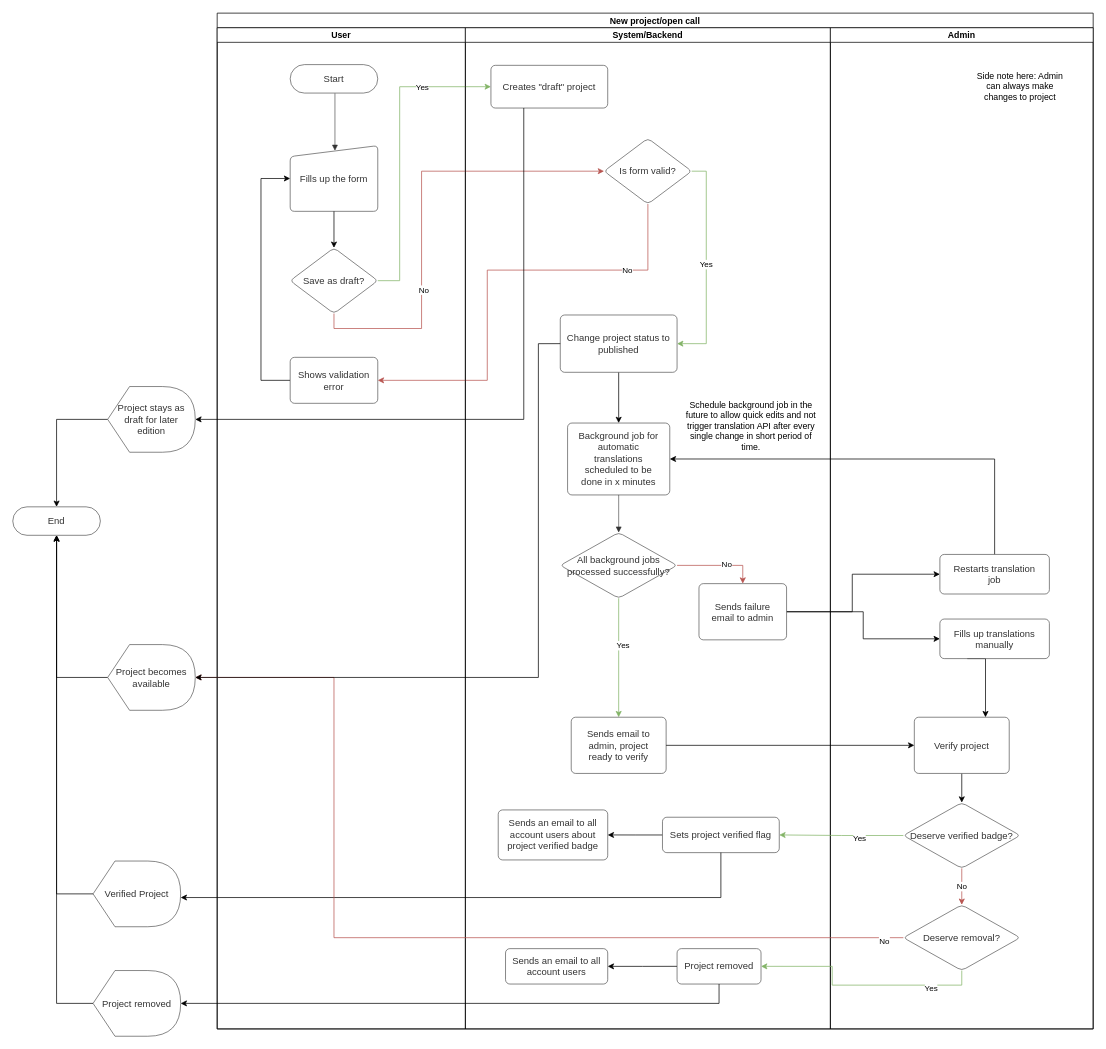
Above: docs/flows/HeCO - Projects_Open Calls.drawio.xml in Vizzuality/heco-invest (draw.io), before the change. Source tidied: cells renumbered, new cells numbered last; positions are measured from the earlier drawing's top-left corner, leaving out a move shared by most shapes. Both pictures are drawn from the tidied source at 73%, with x=0, y=0 at pixel (12, 12).
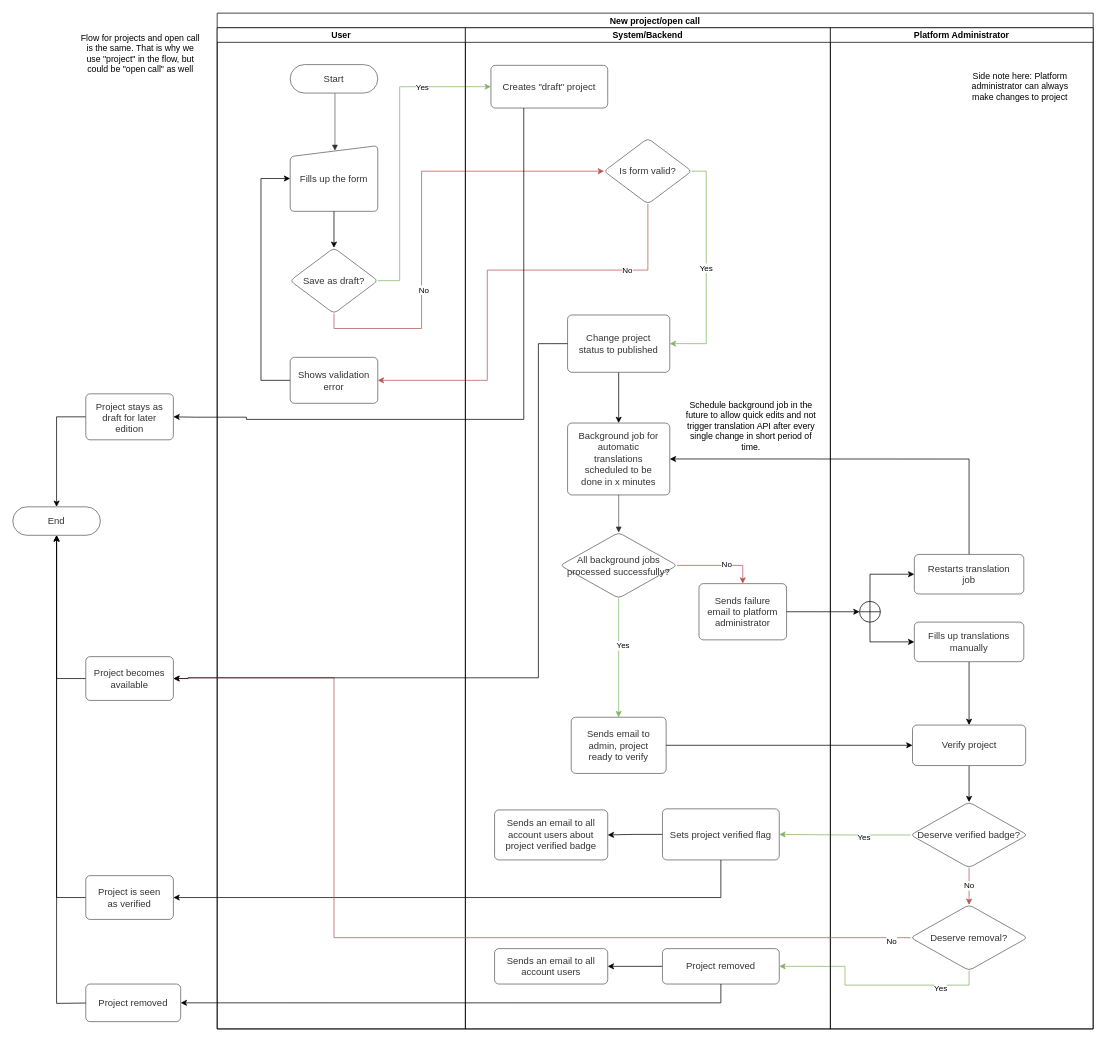
The same diagram, later.

Commit message (it also covers changes not shown here):
update flow charts

Unchanged cells that the change refers to:
```xml
<mxCell id="4" value="New project/open call" style="swimlane;startSize=20;" parent="1" vertex="1">
  <mxGeometry x="280" y="0.5" width="1200" height="1391.5" as="geometry" />
</mxCell>
<mxCell id="23" value="System/Backend" style="swimlane;startSize=20;" parent="4" vertex="1">
  <mxGeometry x="340" y="20" width="500" height="1371.5" as="geometry" />
</mxCell>
<mxCell id="28" value="Creates &quot;draft&quot; project" style="html=1;overflow=block;blockSpacing=1;whiteSpace=wrap;fontSize=13;fontColor=#333333;align=center;spacing=9;strokeColor=#333333;strokeOpacity=100;fillOpacity=100;rounded=1;absoluteArcSize=1;arcSize=12;fillColor=#ffffff;strokeWidth=0.8;" parent="23" vertex="1">
  <mxGeometry x="35" y="51.5" width="160" height="58.5" as="geometry" />
</mxCell>
<mxCell id="37" value="Sends email to admin, project ready to verify" style="html=1;overflow=block;blockSpacing=1;whiteSpace=wrap;fontSize=13;fontColor=#333333;align=center;spacing=9;strokeColor=#333333;strokeOpacity=100;fillOpacity=100;rounded=1;absoluteArcSize=1;arcSize=12;fillColor=#ffffff;strokeWidth=0.8;" parent="23" vertex="1">
  <mxGeometry x="145" y="944.5" width="130" height="77" as="geometry" />
</mxCell>
<mxCell id="62" value="End" style="html=1;overflow=block;blockSpacing=1;whiteSpace=wrap;rounded=1;arcSize=50;fontSize=13;fontColor=#333333;align=center;spacing=3.8;strokeColor=#333333;strokeOpacity=100;fillOpacity=100;fillColor=#ffffff;strokeWidth=0.8;" parent="1" vertex="1">
  <mxGeometry y="676.8" width="120" height="39" as="geometry" />
</mxCell>
```

Diff of the diagram source:
```diff
@@
-    <mxCell id="2" style="edgeStyle=orthogonalEdgeStyle;rounded=0;jettySize=auto;html=1;exitX=0;exitY=0.5;exitDx=0;exitDy=0;exitPerimeter=0;entryX=0.5;entryY=0;entryDx=0;entryDy=0;" parent="1" edge="1" source="3" target="62">
+    <mxCell id="2" style="edgeStyle=orthogonalEdgeStyle;rounded=0;jettySize=auto;html=1;exitX=0;exitY=0.5;exitDx=0;exitDy=0;entryX=0.5;entryY=0;entryDx=0;entryDy=0;" parent="1" edge="1" source="3" target="62">
       <mxGeometry relative="1" as="geometry" />
     </mxCell>
-    <mxCell id="3" value="Project stays as draft for later edition" style="html=1;overflow=block;blockSpacing=1;whiteSpace=wrap;shape=display;fontSize=13;fontColor=#333333;align=center;spacing=3.8;strokeColor=#333333;strokeOpacity=100;fillOpacity=100;rounded=1;absoluteArcSize=1;arcSize=12;fillColor=#ffffff;strokeWidth=0.8;" parent="1" vertex="1">
-      <mxGeometry x="130" y="512" width="120" height="90" as="geometry" />
-    </mxCell>
@@
-    <mxCell id="21" style="edgeStyle=orthogonalEdgeStyle;rounded=0;jettySize=auto;html=1;exitX=1;exitY=0.5;exitDx=0;exitDy=0;entryX=0;entryY=0.5;entryDx=0;entryDy=0;" parent="4" edge="1" source="34" target="46">
-      <mxGeometry relative="1" as="geometry">
-        <Array as="points">
-          <mxPoint x="870" y="820" />
-          <mxPoint x="870" y="769" />
-        </Array>
-      </mxGeometry>
-    </mxCell>
-    <mxCell id="22" style="edgeStyle=orthogonalEdgeStyle;rounded=0;jettySize=auto;html=1;exitX=1;exitY=0.5;exitDx=0;exitDy=0;entryX=0;entryY=0.5;entryDx=0;entryDy=0;" parent="4" edge="1" source="34" target="48">
-      <mxGeometry relative="1" as="geometry" />
-    </mxCell>
@@
     <mxCell id="25" value="&lt;span&gt;Change project status to published&lt;/span&gt;" style="html=1;overflow=block;blockSpacing=1;whiteSpace=wrap;fontSize=13;fontColor=#333333;align=center;spacing=9;strokeColor=#333333;strokeOpacity=100;fillOpacity=100;rounded=1;absoluteArcSize=1;arcSize=12;fillColor=#ffffff;strokeWidth=0.8;" parent="23" vertex="1">
-      <mxGeometry x="130" y="393.5" width="160" height="78.5" as="geometry" />
+      <mxGeometry x="140" y="393.5" width="140" height="78.5" as="geometry" />
     </mxCell>
@@
-    <mxCell id="34" value="Sends failure email to admin" style="html=1;overflow=block;blockSpacing=1;whiteSpace=wrap;fontSize=13;fontColor=#333333;align=center;spacing=9;strokeColor=#333333;strokeOpacity=100;fillOpacity=100;rounded=1;absoluteArcSize=1;arcSize=12;fillColor=#ffffff;strokeWidth=0.8;" parent="23" vertex="1">
+    <mxCell id="34" value="Sends failure email to platform administrator" style="html=1;overflow=block;blockSpacing=1;whiteSpace=wrap;fontSize=13;fontColor=#333333;align=center;spacing=9;strokeColor=#333333;strokeOpacity=100;fillOpacity=100;rounded=1;absoluteArcSize=1;arcSize=12;fillColor=#ffffff;strokeWidth=0.8;" parent="23" vertex="1">
       <mxGeometry x="320" y="761.5" width="120" height="77" as="geometry" />
     </mxCell>
@@
     <mxCell id="39" value="Sets project verified flag" style="html=1;overflow=block;blockSpacing=1;whiteSpace=wrap;fontSize=13;fontColor=#333333;align=center;spacing=9;strokeColor=#333333;strokeOpacity=100;fillOpacity=100;rounded=1;absoluteArcSize=1;arcSize=12;fillColor=#ffffff;strokeWidth=0.8;" parent="23" vertex="1">
-      <mxGeometry x="270" y="1081.5" width="160" height="48.5" as="geometry" />
+      <mxGeometry x="270" y="1070" width="160" height="70" as="geometry" />
     </mxCell>
     <mxCell id="40" value="Sends an email to all account users about project verified badge" style="html=1;overflow=block;blockSpacing=1;whiteSpace=wrap;fontSize=13;fontColor=#333333;align=center;spacing=9;strokeColor=#333333;strokeOpacity=100;fillOpacity=100;rounded=1;absoluteArcSize=1;arcSize=12;fillColor=#ffffff;strokeWidth=0.8;" parent="23" vertex="1">
-      <mxGeometry x="45" y="1071.5" width="150" height="68.5" as="geometry" />
+      <mxGeometry x="40" y="1071.5" width="155" height="68.5" as="geometry" />
     </mxCell>
@@
     <mxCell id="42" value="Project removed" style="html=1;overflow=block;blockSpacing=1;whiteSpace=wrap;fontSize=13;fontColor=#333333;align=center;spacing=9;strokeColor=#333333;strokeOpacity=100;fillOpacity=100;rounded=1;absoluteArcSize=1;arcSize=12;fillColor=#ffffff;strokeWidth=0.8;" parent="23" vertex="1">
-      <mxGeometry x="290" y="1261.5" width="115" height="48.5" as="geometry" />
+      <mxGeometry x="270" y="1261.5" width="160" height="48.5" as="geometry" />
     </mxCell>
     <mxCell id="43" value="Sends an email to all account users" style="html=1;overflow=block;blockSpacing=1;whiteSpace=wrap;fontSize=13;fontColor=#333333;align=center;spacing=9;strokeColor=#333333;strokeOpacity=100;fillOpacity=100;rounded=1;absoluteArcSize=1;arcSize=12;fillColor=#ffffff;strokeWidth=0.8;" parent="23" vertex="1">
-      <mxGeometry x="55" y="1261.5" width="140" height="48.5" as="geometry" />
+      <mxGeometry x="40" y="1261.5" width="155" height="48.5" as="geometry" />
     </mxCell>
@@
+    <mxCell id="55" style="edgeStyle=orthogonalEdgeStyle;rounded=0;jettySize=auto;html=1;entryX=0;entryY=0.5;entryDx=0;entryDy=0;" parent="4" edge="1" source="37" target="50">
+      <mxGeometry relative="1" as="geometry" />
+    </mxCell>
+    <mxCell id="56" style="edgeStyle=orthogonalEdgeStyle;rounded=0;jettySize=auto;html=1;exitX=0;exitY=0.5;exitDx=0;exitDy=0;entryX=1;entryY=0.5;entryDx=0;entryDy=0;fillColor=#d5e8d4;strokeColor=#82b366;" parent="4" edge="1" source="52" target="39">
+      <mxGeometry relative="1" as="geometry" />
+    </mxCell>
+    <mxCell id="57" value="Yes" style="edgeLabel;html=1;align=center;verticalAlign=middle;" parent="56" vertex="1">
+      <mxGeometry x="-0.28" y="3" relative="1" as="geometry" />
+    </mxCell>
+    <mxCell id="58" style="edgeStyle=orthogonalEdgeStyle;rounded=0;jettySize=auto;html=1;exitX=0.5;exitY=1;exitDx=0;exitDy=0;entryX=1;entryY=0.5;entryDx=0;entryDy=0;fillColor=#d5e8d4;strokeColor=#82b366;" parent="4" edge="1" source="53" target="42">
+      <mxGeometry relative="1" as="geometry" />
+    </mxCell>
+    <mxCell id="59" value="Yes" style="edgeLabel;html=1;align=center;verticalAlign=middle;" parent="58" vertex="1">
+      <mxGeometry x="-0.61" y="4" relative="1" as="geometry" />
+    </mxCell>
+    <mxCell id="73" style="edgeStyle=orthogonalEdgeStyle;rounded=0;jettySize=auto;html=1;exitX=1;exitY=0.5;exitDx=0;exitDy=0;entryX=0;entryY=0.5;entryDx=0;entryDy=0;entryPerimeter=0;" parent="4" edge="1" source="34" target="76">
+      <mxGeometry relative="1" as="geometry" />
+    </mxCell>
-    <mxCell id="45" value="Admin" style="swimlane;startSize=20;" parent="4" vertex="1">
+    <mxCell id="45" value="Platform Administrator" style="swimlane;startSize=20;" parent="4" vertex="1">
       <mxGeometry x="840" y="20" width="360" height="1371.5" as="geometry" />
     </mxCell>
     <mxCell id="46" value="Restarts translation job" style="html=1;overflow=block;blockSpacing=1;whiteSpace=wrap;fontSize=13;fontColor=#333333;align=center;spacing=9;strokeColor=#333333;strokeOpacity=100;fillOpacity=100;rounded=1;absoluteArcSize=1;arcSize=12;fillColor=#ffffff;strokeWidth=0.8;" parent="45" vertex="1">
-      <mxGeometry x="150" y="721.5" width="150" height="54.2" as="geometry" />
+      <mxGeometry x="115" y="721.5" width="150" height="54.2" as="geometry" />
     </mxCell>
-    <mxCell id="47" style="edgeStyle=orthogonalEdgeStyle;rounded=0;jettySize=auto;html=1;exitX=0.25;exitY=1;exitDx=0;exitDy=0;entryX=0.75;entryY=0;entryDx=0;entryDy=0;" parent="45" edge="1" source="48" target="50">
-      <mxGeometry relative="1" as="geometry">
-        <Array as="points">
-          <mxPoint x="213" y="864" />
-        </Array>
-      </mxGeometry>
+    <mxCell id="47" style="edgeStyle=orthogonalEdgeStyle;rounded=0;jettySize=auto;html=1;exitX=0.5;exitY=1;exitDx=0;exitDy=0;entryX=0.5;entryY=0;entryDx=0;entryDy=0;" parent="45" edge="1" source="48" target="50">
+      <mxGeometry relative="1" as="geometry" />
     </mxCell>
     <mxCell id="48" value="Fills up translations manually" style="html=1;overflow=block;blockSpacing=1;whiteSpace=wrap;fontSize=13;fontColor=#333333;align=center;spacing=9;strokeColor=#333333;strokeOpacity=100;fillOpacity=100;rounded=1;absoluteArcSize=1;arcSize=12;fillColor=#ffffff;strokeWidth=0.8;" parent="45" vertex="1">
-      <mxGeometry x="150" y="810" width="150" height="54.2" as="geometry" />
+      <mxGeometry x="115" y="814.2" width="150" height="54.2" as="geometry" />
     </mxCell>
@@
     <mxCell id="50" value="Verify project" style="html=1;overflow=block;blockSpacing=1;whiteSpace=wrap;fontSize=13;fontColor=#333333;align=center;spacing=9;strokeColor=#333333;strokeOpacity=100;fillOpacity=100;rounded=1;absoluteArcSize=1;arcSize=12;fillColor=#ffffff;strokeWidth=0.8;" parent="45" vertex="1">
-      <mxGeometry x="115" y="944.5" width="130" height="77" as="geometry" />
+      <mxGeometry x="112.5" y="955.2" width="155" height="55.5" as="geometry" />
     </mxCell>
@@
     <mxCell id="52" value="Deserve verified badge?" style="html=1;overflow=block;blockSpacing=1;whiteSpace=wrap;rhombus;fontSize=13;fontColor=#333333;align=center;spacing=3.8;strokeColor=#333333;strokeOpacity=100;fillOpacity=100;rounded=1;absoluteArcSize=1;arcSize=12;fillColor=#ffffff;strokeWidth=0.8;" parent="45" vertex="1">
-      <mxGeometry x="100" y="1061.5" width="160" height="90" as="geometry" />
+      <mxGeometry x="110" y="1060.8" width="160" height="90" as="geometry" />
     </mxCell>
     <mxCell id="53" value="Deserve removal?" style="html=1;overflow=block;blockSpacing=1;whiteSpace=wrap;rhombus;fontSize=13;fontColor=#333333;align=center;spacing=3.8;strokeColor=#333333;strokeOpacity=100;fillOpacity=100;rounded=1;absoluteArcSize=1;arcSize=12;fillColor=#ffffff;strokeWidth=0.8;" parent="45" vertex="1">
-      <mxGeometry x="100" y="1201.5" width="160" height="90" as="geometry" />
+      <mxGeometry x="110" y="1201.5" width="160" height="90" as="geometry" />
     </mxCell>
-    <mxCell id="54" value="Side note here: Admin can always make changes to project" style="text;html=1;strokeColor=none;fillColor=none;align=center;verticalAlign=middle;whiteSpace=wrap;rounded=0;" parent="45" vertex="1">
+    <mxCell id="54" value="Side note here: Platform administrator can always make changes to project" style="text;html=1;strokeColor=none;fillColor=none;align=center;verticalAlign=middle;whiteSpace=wrap;rounded=0;" parent="45" vertex="1">
       <mxGeometry x="190" y="41.5" width="140" height="78.5" as="geometry" />
     </mxCell>
-    <mxCell id="55" style="edgeStyle=orthogonalEdgeStyle;rounded=0;jettySize=auto;html=1;entryX=0;entryY=0.5;entryDx=0;entryDy=0;" parent="4" edge="1" source="37" target="50">
-      <mxGeometry relative="1" as="geometry" />
-    </mxCell>
-    <mxCell id="56" style="edgeStyle=orthogonalEdgeStyle;rounded=0;jettySize=auto;html=1;exitX=0;exitY=0.5;exitDx=0;exitDy=0;entryX=1;entryY=0.5;entryDx=0;entryDy=0;fillColor=#d5e8d4;strokeColor=#82b366;" parent="4" edge="1" source="52" target="39">
-      <mxGeometry relative="1" as="geometry" />
-    </mxCell>
-    <mxCell id="57" value="Yes" style="edgeLabel;html=1;align=center;verticalAlign=middle;" parent="56" vertex="1">
-      <mxGeometry x="-0.28" y="3" relative="1" as="geometry" />
-    </mxCell>
-    <mxCell id="58" style="edgeStyle=orthogonalEdgeStyle;rounded=0;jettySize=auto;html=1;exitX=0.5;exitY=1;exitDx=0;exitDy=0;entryX=1;entryY=0.5;entryDx=0;entryDy=0;fillColor=#d5e8d4;strokeColor=#82b366;" parent="4" edge="1" source="53" target="42">
-      <mxGeometry relative="1" as="geometry" />
-    </mxCell>
-    <mxCell id="59" value="Yes" style="edgeLabel;html=1;align=center;verticalAlign=middle;" parent="58" vertex="1">
-      <mxGeometry x="-0.61" y="4" relative="1" as="geometry" />
-    </mxCell>
+    <mxCell id="74" style="edgeStyle=orthogonalEdgeStyle;rounded=0;jettySize=auto;html=1;exitX=0.5;exitY=0;exitDx=0;exitDy=0;exitPerimeter=0;entryX=0;entryY=0.5;entryDx=0;entryDy=0;" parent="45" edge="1" source="76" target="46">
+      <mxGeometry relative="1" as="geometry" />
+    </mxCell>
+    <mxCell id="75" style="edgeStyle=orthogonalEdgeStyle;rounded=0;jettySize=auto;html=1;exitX=0.5;exitY=1;exitDx=0;exitDy=0;exitPerimeter=0;entryX=0;entryY=0.5;entryDx=0;entryDy=0;" parent="45" edge="1" source="76" target="48">
+      <mxGeometry relative="1" as="geometry" />
+    </mxCell>
+    <mxCell id="76" style="verticalLabelPosition=bottom;verticalAlign=top;html=1;shape=mxgraph.flowchart.summing_function;" parent="45" vertex="1">
+      <mxGeometry x="40" y="785.8" width="28.5" height="28.5" as="geometry" />
+    </mxCell>
-    <mxCell id="60" style="edgeStyle=orthogonalEdgeStyle;rounded=0;jettySize=auto;html=1;exitX=0;exitY=0.5;exitDx=0;exitDy=0;exitPerimeter=0;entryX=0.5;entryY=1;entryDx=0;entryDy=0;" parent="1" edge="1" source="61" target="62">
+    <mxCell id="60" style="edgeStyle=orthogonalEdgeStyle;rounded=0;jettySize=auto;html=1;exitX=0;exitY=0.5;exitDx=0;exitDy=0;entryX=0.5;entryY=1;entryDx=0;entryDy=0;" parent="1" edge="1" source="61" target="62">
       <mxGeometry relative="1" as="geometry" />
     </mxCell>
-    <mxCell id="61" value="Project becomes available" style="html=1;overflow=block;blockSpacing=1;whiteSpace=wrap;shape=display;fontSize=13;fontColor=#333333;align=center;spacing=3.8;strokeColor=#333333;strokeOpacity=100;fillOpacity=100;rounded=1;absoluteArcSize=1;arcSize=12;fillColor=#ffffff;strokeWidth=0.8;" parent="1" vertex="1">
-      <mxGeometry x="130" y="865.5" width="120" height="90" as="geometry" />
-    </mxCell>
@@
-    <mxCell id="63" style="edgeStyle=orthogonalEdgeStyle;rounded=0;jettySize=auto;html=1;" parent="1" edge="1" source="64" target="62">
+    <mxCell id="63" style="edgeStyle=orthogonalEdgeStyle;rounded=0;jettySize=auto;html=1;exitX=0;exitY=0.5;exitDx=0;exitDy=0;" parent="1" edge="1" source="64" target="62">
       <mxGeometry relative="1" as="geometry">
         <Array as="points">
+          <mxPoint x="120" y="1357" />
           <mxPoint x="60" y="1357" />
         </Array>
       </mxGeometry>
     </mxCell>
-    <mxCell id="64" value="Project removed" style="html=1;overflow=block;blockSpacing=1;whiteSpace=wrap;shape=display;fontSize=13;fontColor=#333333;align=center;spacing=3.8;strokeColor=#333333;strokeOpacity=100;fillOpacity=100;rounded=1;absoluteArcSize=1;arcSize=12;fillColor=#ffffff;strokeWidth=0.8;" parent="1" vertex="1">
-      <mxGeometry x="110" y="1312" width="120" height="90" as="geometry" />
-    </mxCell>
-    <mxCell id="65" style="edgeStyle=orthogonalEdgeStyle;rounded=0;jettySize=auto;html=1;exitX=0;exitY=0.5;exitDx=0;exitDy=0;exitPerimeter=0;" parent="1" edge="1" source="66" target="62">
+    <mxCell id="65" style="edgeStyle=orthogonalEdgeStyle;rounded=0;jettySize=auto;html=1;exitX=0;exitY=0.5;exitDx=0;exitDy=0;" parent="1" edge="1" source="78" target="62">
       <mxGeometry relative="1" as="geometry" />
     </mxCell>
-    <mxCell id="66" value="Verified Project" style="html=1;overflow=block;blockSpacing=1;whiteSpace=wrap;shape=display;fontSize=13;fontColor=#333333;align=center;spacing=3.8;strokeColor=#333333;strokeOpacity=100;fillOpacity=100;rounded=1;absoluteArcSize=1;arcSize=12;fillColor=#ffffff;strokeWidth=0.8;" parent="1" vertex="1">
-      <mxGeometry x="110" y="1162" width="120" height="90" as="geometry" />
-    </mxCell>
-    <mxCell id="67" style="edgeStyle=orthogonalEdgeStyle;rounded=0;jettySize=auto;html=1;" parent="1" edge="1" source="39">
+    <mxCell id="67" style="edgeStyle=orthogonalEdgeStyle;rounded=0;jettySize=auto;html=1;entryX=1;entryY=0.5;entryDx=0;entryDy=0;" parent="1" edge="1" source="39" target="78">
       <mxGeometry relative="1" as="geometry">
-        <mxPoint x="230" y="1212" as="targetPoint" />
         <Array as="points">
           <mxPoint x="970" y="1212" />
-          <mxPoint x="230" y="1212" />
         </Array>
       </mxGeometry>
     </mxCell>
-    <mxCell id="68" style="edgeStyle=orthogonalEdgeStyle;rounded=0;jettySize=auto;html=1;exitX=0.5;exitY=1;exitDx=0;exitDy=0;entryX=1;entryY=0.5;entryDx=0;entryDy=0;entryPerimeter=0;" parent="1" edge="1" source="42" target="64">
-      <mxGeometry relative="1" as="geometry">
-        <Array as="points">
-          <mxPoint x="968" y="1357" />
-        </Array>
-      </mxGeometry>
-    </mxCell>
-    <mxCell id="69" style="edgeStyle=orthogonalEdgeStyle;rounded=0;jettySize=auto;html=1;exitX=0;exitY=0.5;exitDx=0;exitDy=0;entryX=1;entryY=0.5;entryDx=0;entryDy=0;entryPerimeter=0;fillColor=#f8cecc;strokeColor=#b85450;" parent="1" edge="1" source="53" target="61">
+    <mxCell id="69" style="edgeStyle=orthogonalEdgeStyle;rounded=0;jettySize=auto;html=1;exitX=0;exitY=0.5;exitDx=0;exitDy=0;entryX=1;entryY=0.5;entryDx=0;entryDy=0;fillColor=#f8cecc;strokeColor=#b85450;" parent="1" edge="1" source="53" target="61">
       <mxGeometry relative="1" as="geometry">
         <Array as="points">
           <mxPoint x="440" y="1267" />
           <mxPoint x="440" y="911" />
+          <mxPoint x="240" y="911" />
         </Array>
       </mxGeometry>
     </mxCell>
@@
-    <mxCell id="71" style="edgeStyle=orthogonalEdgeStyle;rounded=0;jettySize=auto;html=1;exitX=0;exitY=0.5;exitDx=0;exitDy=0;entryX=1;entryY=0.5;entryDx=0;entryDy=0;entryPerimeter=0;" parent="1" edge="1" source="25" target="61">
+    <mxCell id="71" style="edgeStyle=orthogonalEdgeStyle;rounded=0;jettySize=auto;html=1;exitX=0;exitY=0.5;exitDx=0;exitDy=0;entryX=1;entryY=0.5;entryDx=0;entryDy=0;" parent="1" edge="1" source="25" target="61">
       <mxGeometry relative="1" as="geometry">
         <Array as="points">
           <mxPoint x="720" y="453" />
           <mxPoint x="720" y="911" />
+          <mxPoint x="240" y="911" />
         </Array>
       </mxGeometry>
     </mxCell>
-    <mxCell id="72" style="edgeStyle=orthogonalEdgeStyle;rounded=0;jettySize=auto;html=1;entryX=1;entryY=0.5;entryDx=0;entryDy=0;entryPerimeter=0;" parent="1" edge="1" source="28" target="3">
+    <mxCell id="72" style="edgeStyle=orthogonalEdgeStyle;rounded=0;jettySize=auto;html=1;entryX=1;entryY=0.5;entryDx=0;entryDy=0;" parent="1" edge="1" source="28" target="3">
       <mxGeometry relative="1" as="geometry">
         <Array as="points">
           <mxPoint x="700" y="557" />
+          <mxPoint x="320" y="557" />
+          <mxPoint x="320" y="554" />
+          <mxPoint x="250" y="554" />
         </Array>
       </mxGeometry>
     </mxCell>
+    <mxCell id="77" value="Flow for projects and open call is the same. That is why we use &quot;project&quot; in the flow, but could be &quot;open call&quot; as well" style="text;html=1;strokeColor=none;fillColor=none;align=center;verticalAlign=middle;whiteSpace=wrap;rounded=0;" parent="1" vertex="1">
+      <mxGeometry x="90" y="0.5" width="170" height="110" as="geometry" />
+    </mxCell>
+    <mxCell id="3" value="Project stays as draft for later edition" style="html=1;overflow=block;blockSpacing=1;whiteSpace=wrap;fontSize=13;fontColor=#333333;align=center;spacing=9;strokeColor=#333333;strokeOpacity=100;fillOpacity=100;rounded=1;absoluteArcSize=1;arcSize=12;fillColor=#ffffff;strokeWidth=0.8;" parent="1" vertex="1">
+      <mxGeometry x="100" y="522" width="120" height="63" as="geometry" />
+    </mxCell>
+    <mxCell id="61" value="Project becomes available" style="html=1;overflow=block;blockSpacing=1;whiteSpace=wrap;fontSize=13;fontColor=#333333;align=center;spacing=9;strokeColor=#333333;strokeOpacity=100;fillOpacity=100;rounded=1;absoluteArcSize=1;arcSize=12;fillColor=#ffffff;strokeWidth=0.8;" parent="1" vertex="1">
+      <mxGeometry x="100" y="882" width="120" height="60" as="geometry" />
+    </mxCell>
+    <mxCell id="78" value="Project is seen as verified" style="html=1;overflow=block;blockSpacing=1;whiteSpace=wrap;fontSize=13;fontColor=#333333;align=center;spacing=9;strokeColor=#333333;strokeOpacity=100;fillOpacity=100;rounded=1;absoluteArcSize=1;arcSize=12;fillColor=#ffffff;strokeWidth=0.8;" parent="1" vertex="1">
+      <mxGeometry x="100" y="1182" width="120" height="60" as="geometry" />
+    </mxCell>
+    <mxCell id="64" value="Project removed" style="html=1;overflow=block;blockSpacing=1;whiteSpace=wrap;fontSize=13;fontColor=#333333;align=center;spacing=9;strokeColor=#333333;strokeOpacity=100;fillOpacity=100;rounded=1;absoluteArcSize=1;arcSize=12;fillColor=#ffffff;strokeWidth=0.8;" parent="1" vertex="1">
+      <mxGeometry x="100" y="1330.5" width="130" height="51.5" as="geometry" />
+    </mxCell>
+    <mxCell id="68" style="edgeStyle=orthogonalEdgeStyle;rounded=0;jettySize=auto;html=1;exitX=0.5;exitY=1;exitDx=0;exitDy=0;entryX=1;entryY=0.5;entryDx=0;entryDy=0;" parent="1" edge="1" source="42" target="64">
+      <mxGeometry relative="1" as="geometry" />
+    </mxCell>
```
